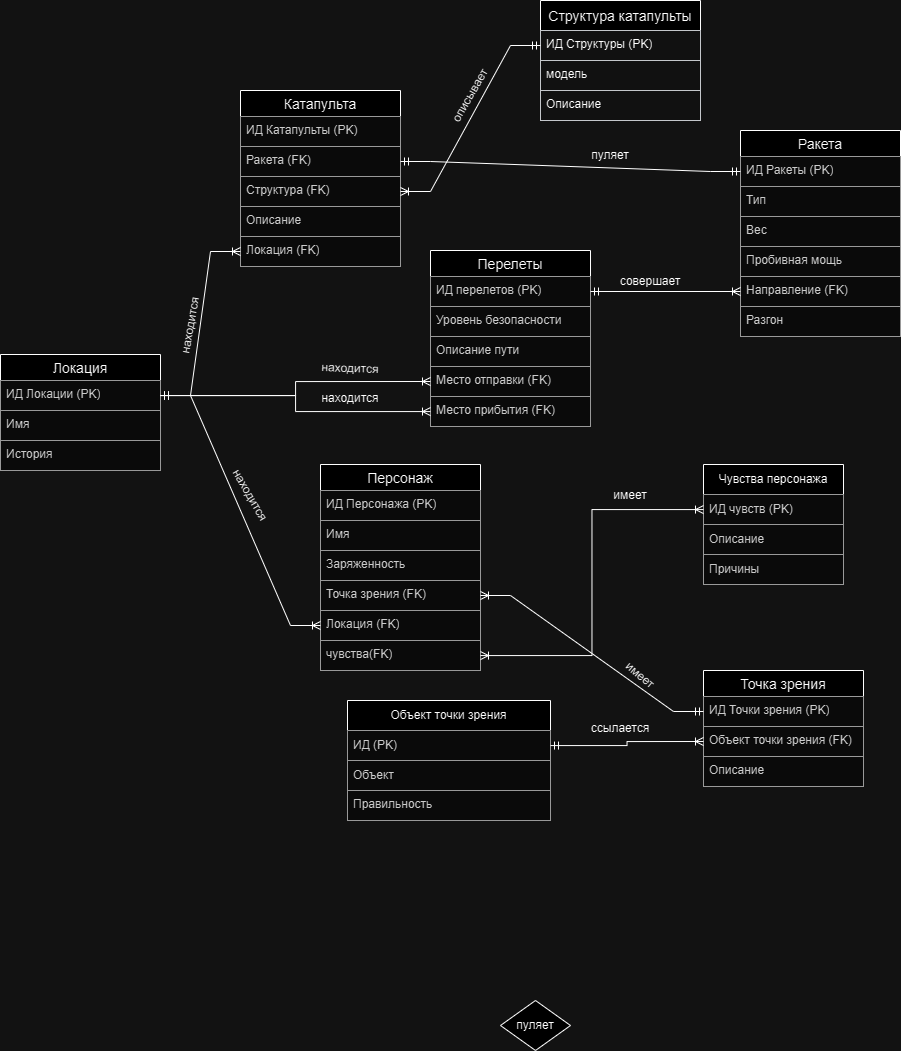
Before: БД_лаб1.drawio.png, a diagram exported from draw.io (medus04ka/DB_1). Source tidied: cells renumbered, new cells last; positions are measured from the earlier drawing's top-left corner, leaving out a move shared by most shapes.
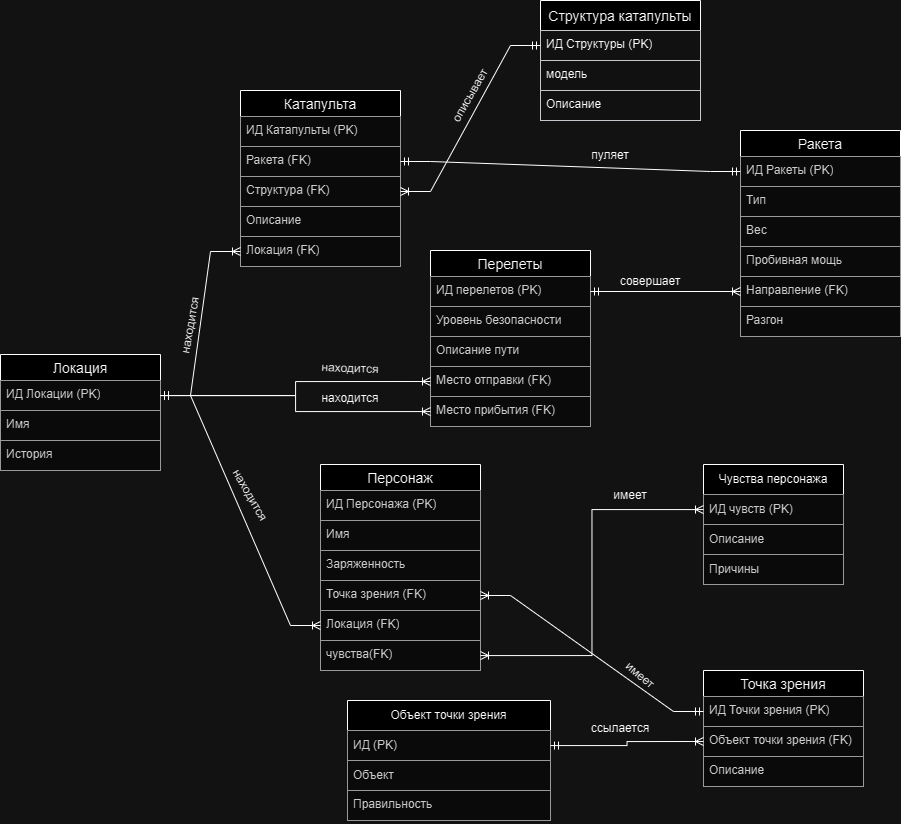
Above is the later version.

Change to the diagram source:
```diff
@@ -155,9 +155,6 @@
     <mxCell id="52" style="edgeStyle=orthogonalEdgeStyle;rounded=0;jettySize=auto;html=1;endArrow=ERoneToMany;endFill=0;startArrow=ERoneToMany;startFill=0;" parent="1" edge="1" source="33" target="46">
       <mxGeometry relative="1" as="geometry" />
     </mxCell>
-    <mxCell id="53" value="пуляет" style="rhombus;whiteSpace=wrap;html=1;" parent="1" vertex="1">
-      <mxGeometry x="500" y="1000" width="70" height="50" as="geometry" />
-    </mxCell>
     <mxCell id="54" value="пуляет" style="text;strokeColor=none;align=center;fillColor=none;html=1;verticalAlign=middle;whiteSpace=wrap;rounded=0;rotation=0;" parent="1" vertex="1">
       <mxGeometry x="580" y="140" width="60" height="30" as="geometry" />
     </mxCell>
```
